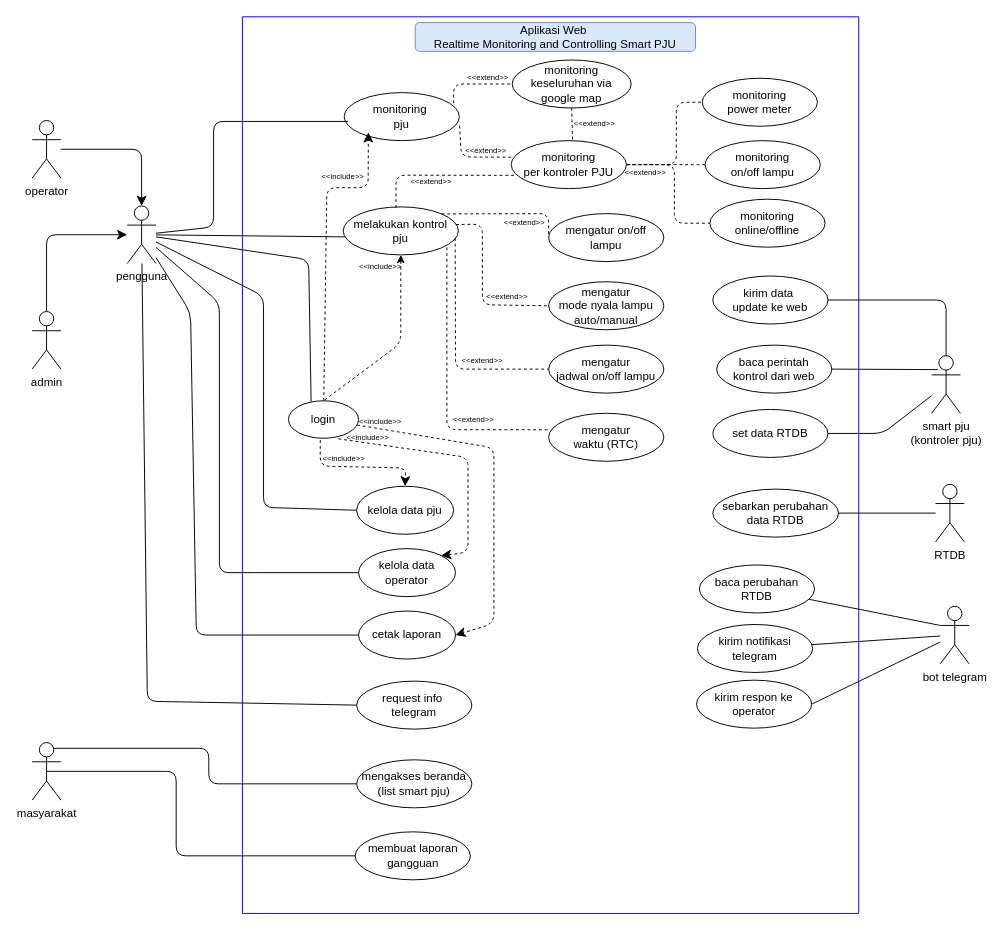
This is page "use case diagram" (1 of 2) of smart-pju.drawio from eenattayani/desain, a draw.io file, before an edit. Source tidied: cells renumbered, new cells numbered last; positions are measured from the earlier drawing's top-left corner, leaving out a move shared by most shapes. Both pictures are drawn from the tidied source at 96%, with x=0, y=0 at pixel (32, 16).
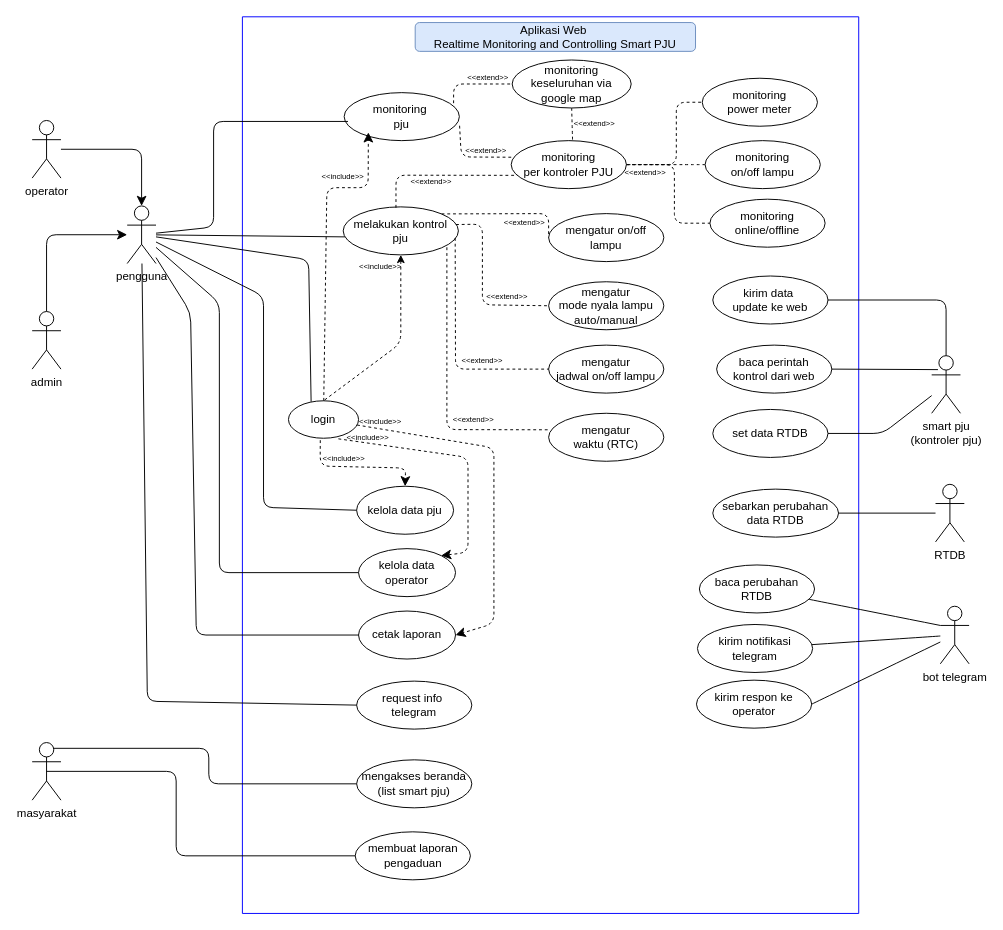
The same diagram, later.

The change refers to these unchanged cells:
```xml
<mxCell id="2" style="swimlane;startSize=0;fillColor=#fff2cc;strokeColor=#0000FF;" parent="1" vertex="1">
  <mxGeometry x="219" width="642" height="934" as="geometry" />
</mxCell>
```

Diff of the diagram source:
```diff
@@
-    <mxCell id="62" value="membuat laporan gangguan" style="ellipse;whiteSpace=wrap;html=1;" parent="2" vertex="1">
+    <mxCell id="62" value="membuat laporan pengaduan" style="ellipse;whiteSpace=wrap;html=1;" parent="2" vertex="1">
       <mxGeometry x="117.5" y="849" width="120" height="50" as="geometry" />
     </mxCell>
```
